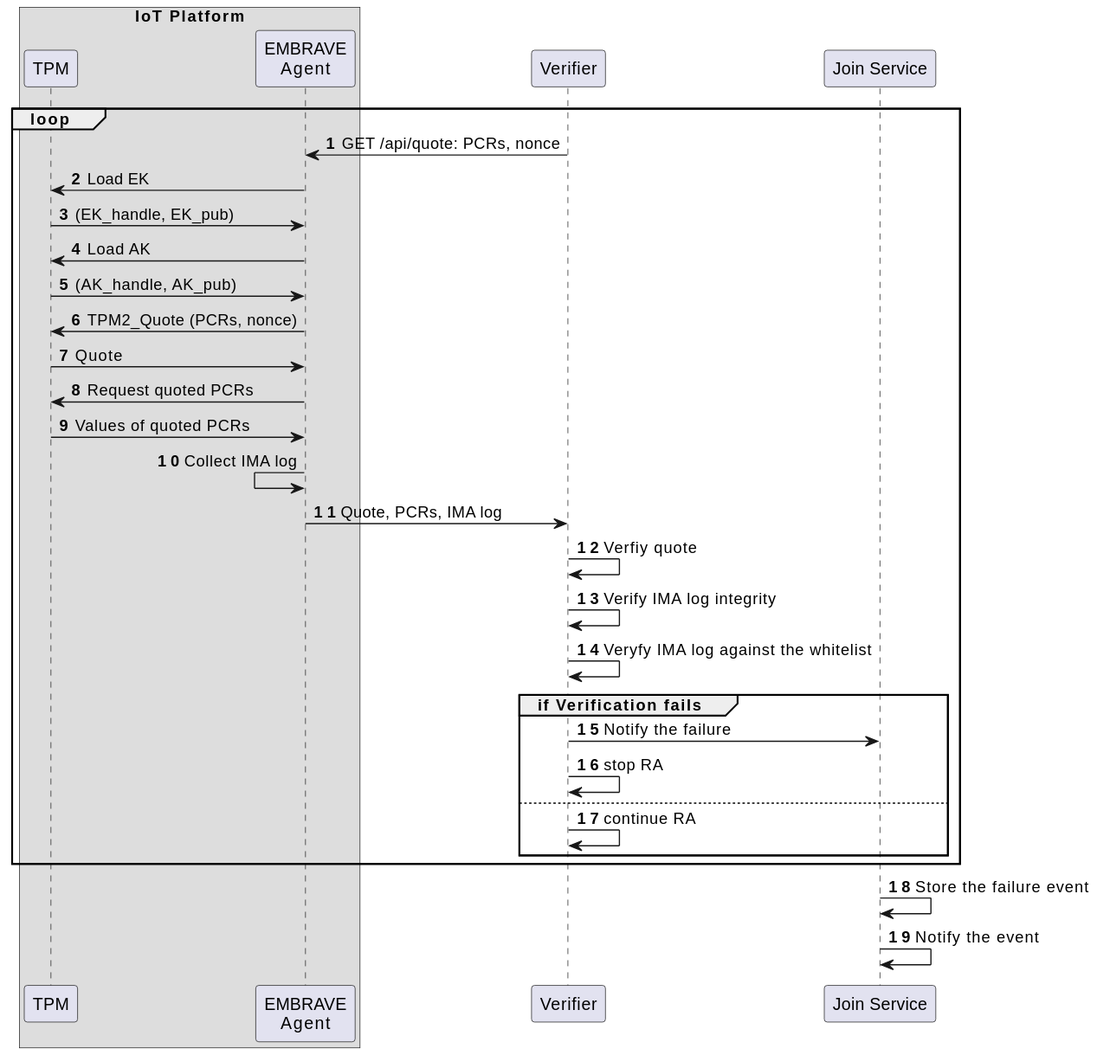
Above: docs/protocols/remote_attestation.svg in Cybersecurity-LINKS/embrave (PlantUML), before the change.
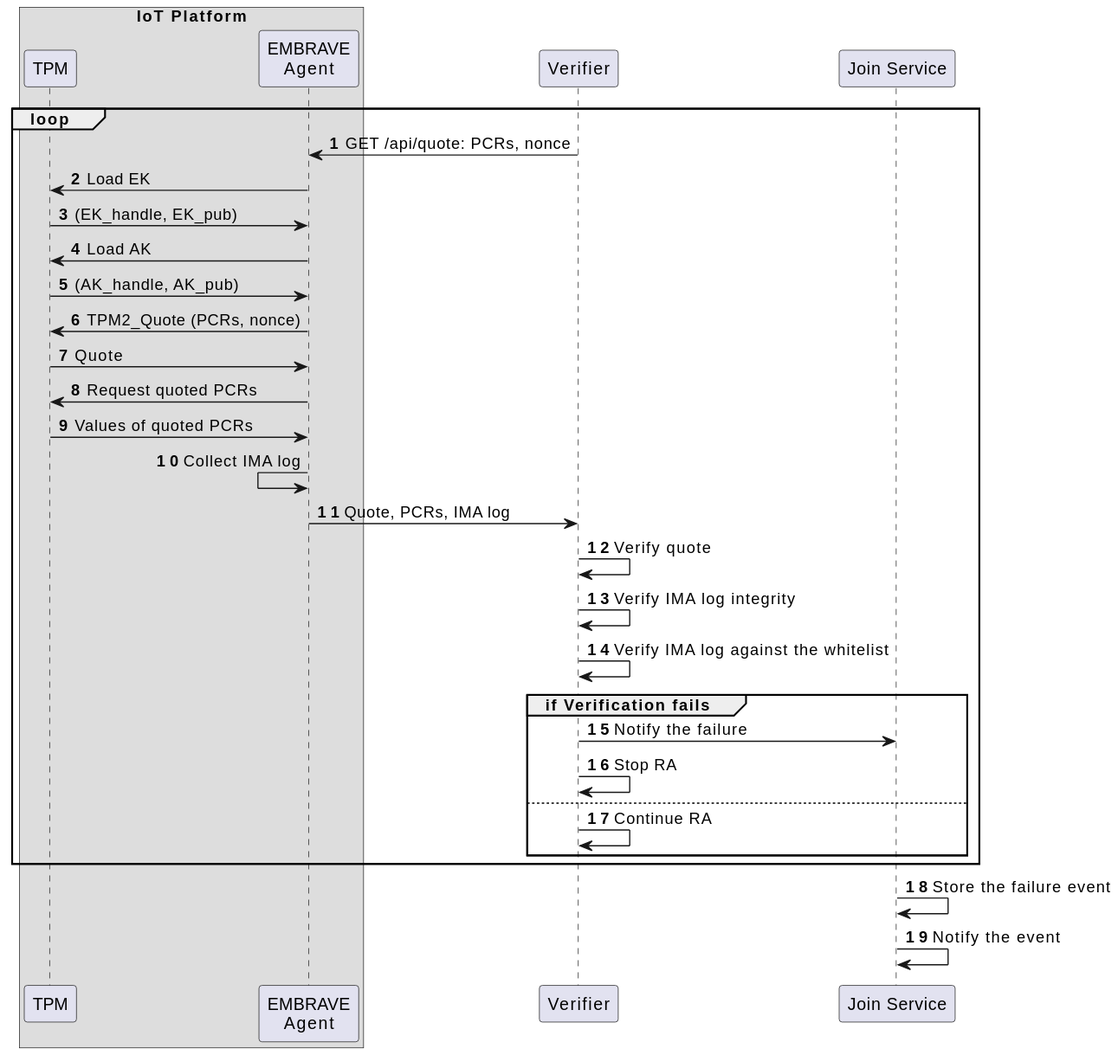
Later version of the same file.

Commit message:
docs: update remote_attestation diagram (fix typo)

The edit, as a diff of the source:
```diff
@@ -21,14 +21,14 @@
 TPM->attester_agent: Values of quoted PCRs
 attester_agent<-attester_agent: Collect IMA log
 attester_agent->verifier: Quote, PCRs, IMA log
-verifier->verifier: Verfiy quote
+verifier->verifier: Verify quote
 verifier->verifier: Verify IMA log integrity
-verifier->verifier: Veryfy IMA log against the whitelist
+verifier->verifier: Verify IMA log against the whitelist
 group if Verification fails
   verifier -> join_service: Notify the failure
-  verifier -> verifier: stop RA
+  verifier -> verifier: Stop RA
 else
-  verifier -> verifier: continue RA
+  verifier -> verifier: Continue RA
 end
 end
 join_service -> join_service: Store the failure event
```
